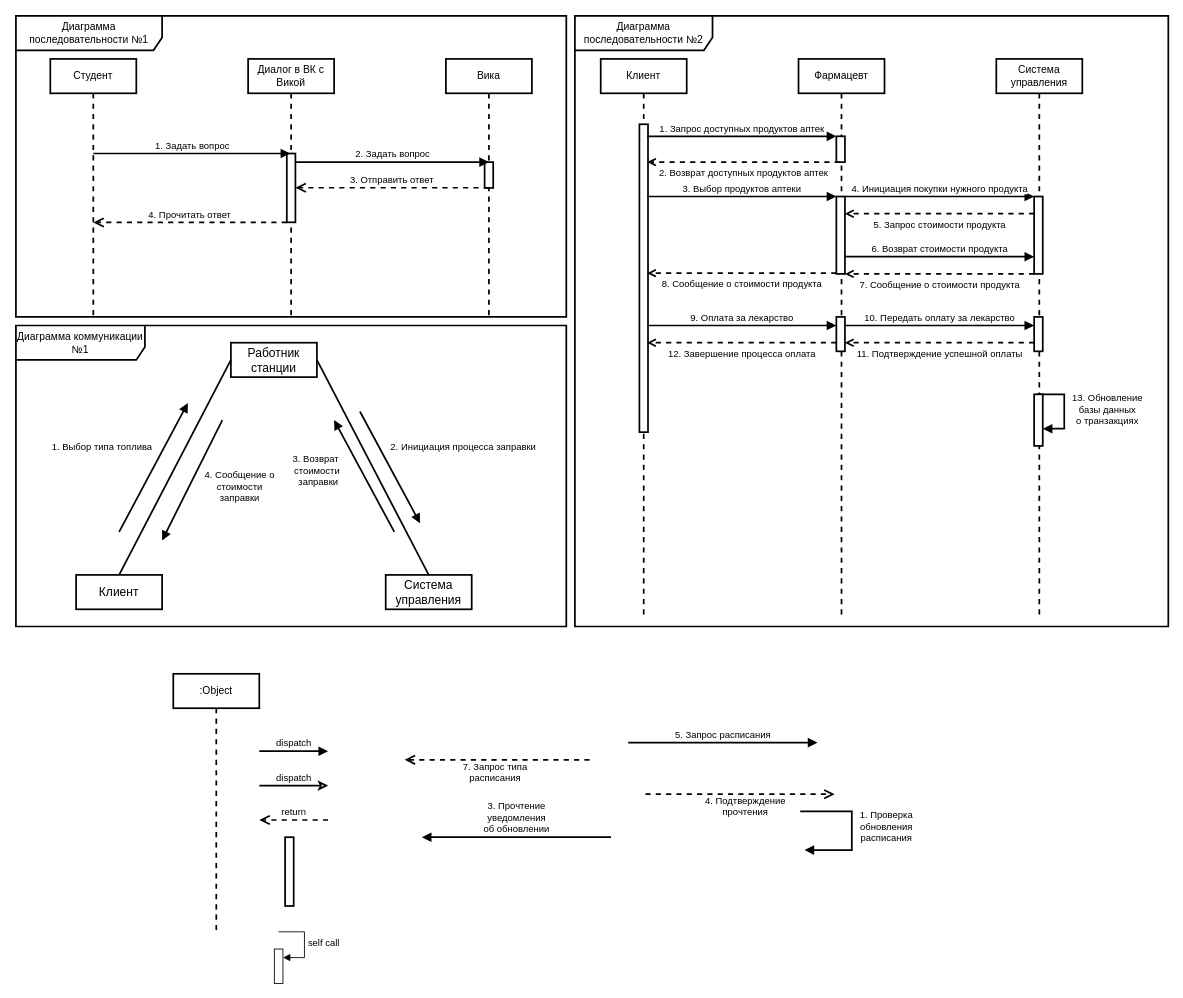
Before: page "Page-2" (2 of 3) of 1.drawio in Helpmepleaseitishard/Aikms, a draw.io diagram. Source tidied: cells renumbered, new cells numbered last; positions are measured from the earlier drawing's top-left corner, leaving out a move shared by most shapes. Both pictures are drawn from the tidied source at 86%, with x=0, y=0 at pixel (15, 15).
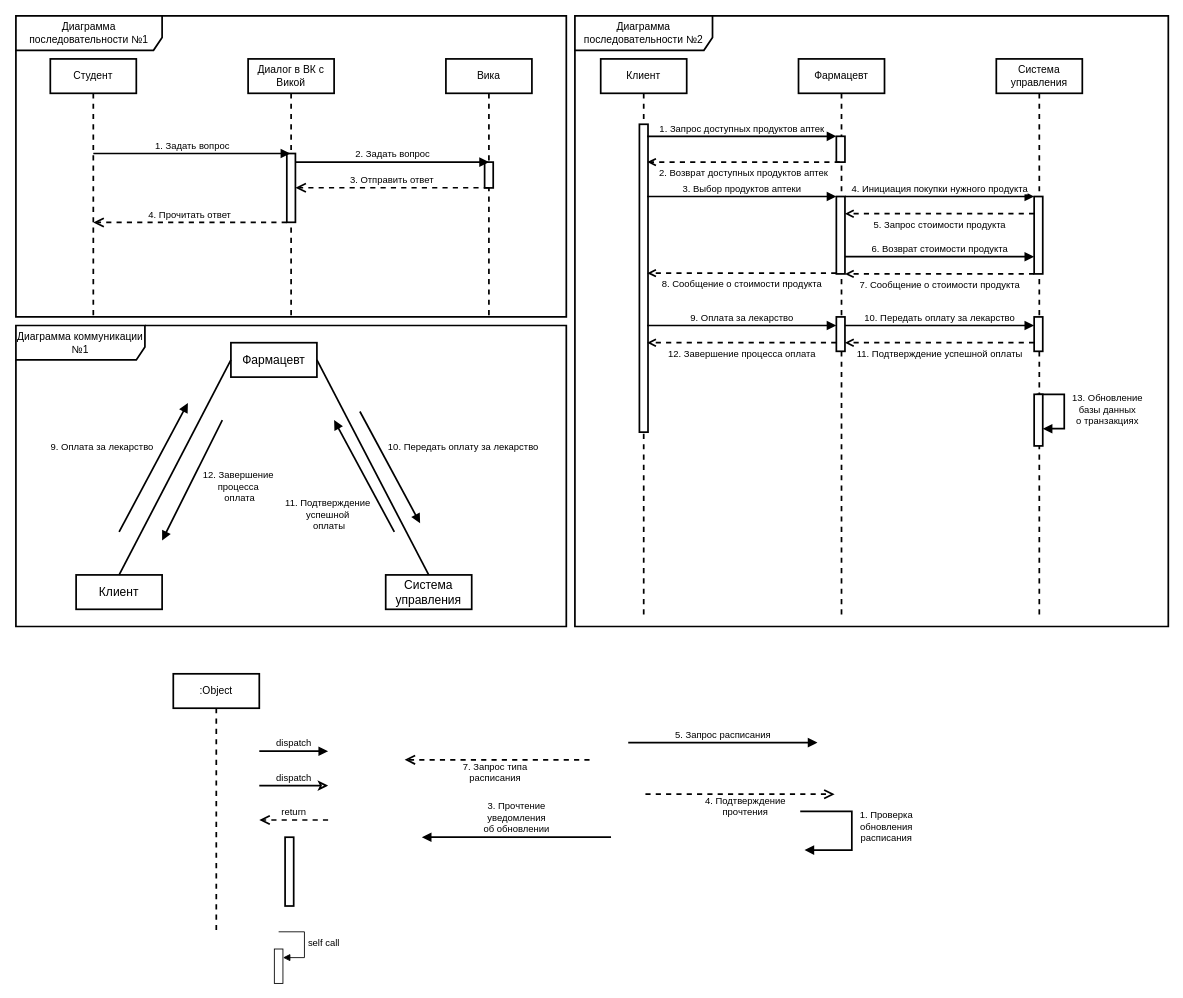
Above is the later version.

The edit, as a diff of the source:
```diff
@@
-    <mxCell id="30" value="Работник станции" style="html=1;whiteSpace=wrap;strokeWidth=2;fontSize=14;" parent="1" vertex="1">
+    <mxCell id="30" value="Фармацевт" style="html=1;whiteSpace=wrap;strokeWidth=2;fontSize=14;" parent="1" vertex="1">
       <mxGeometry x="250" y="380" width="100" height="40" as="geometry" />
     </mxCell>
@@
-    <mxCell id="34" value="1. Выбор типа топлива" style="html=1;verticalAlign=bottom;endArrow=block;curved=0;rounded=0;strokeWidth=2;startFill=0;exitX=0.5;exitY=0;exitDx=0;exitDy=0;endFill=1;" parent="1" edge="1">
+    <mxCell id="34" value="9. Оплата за лекарство" style="html=1;verticalAlign=bottom;endArrow=block;curved=0;rounded=0;strokeWidth=2;startFill=0;exitX=0.5;exitY=0;exitDx=0;exitDy=0;endFill=1;" parent="1" edge="1">
       <mxGeometry x="-0.18" y="60" relative="1" as="geometry">
         <mxPoint x="120" y="600" as="sourcePoint" />
         <mxPoint x="200" y="450" as="targetPoint" />
       </mxGeometry>
     </mxCell>
-    <mxCell id="35" value="2. Инициация процесса заправки" style="html=1;verticalAlign=bottom;endArrow=block;curved=0;rounded=0;strokeWidth=2;startFill=0;exitX=0.5;exitY=0;exitDx=0;exitDy=0;endFill=1;" parent="1" edge="1">
+    <mxCell id="35" value="10. Передать оплату за лекарство" style="html=1;verticalAlign=bottom;endArrow=block;curved=0;rounded=0;strokeWidth=2;startFill=0;exitX=0.5;exitY=0;exitDx=0;exitDy=0;endFill=1;" parent="1" edge="1">
       <mxGeometry x="0.37" y="82" relative="1" as="geometry">
         <mxPoint x="400" y="460" as="sourcePoint" />
         <mxPoint x="470" y="590" as="targetPoint" />
       </mxGeometry>
     </mxCell>
-    <mxCell id="36" value="&lt;div&gt;3. Возврат&amp;nbsp;&lt;/div&gt;&lt;div&gt;стоимости&lt;/div&gt;&lt;div&gt;&amp;nbsp;заправки&lt;/div&gt;" style="html=1;verticalAlign=bottom;endArrow=block;curved=0;rounded=0;strokeWidth=2;startFill=0;endFill=1;" parent="1" edge="1">
-      <mxGeometry x="0.17" y="56" relative="1" as="geometry">
+    <mxCell id="36" value="&lt;div&gt;11. Подтверждение&amp;nbsp;&lt;/div&gt;&lt;div&gt;успешной&amp;nbsp;&lt;/div&gt;&lt;div&gt;оплаты&lt;/div&gt;" style="html=1;verticalAlign=bottom;endArrow=block;curved=0;rounded=0;strokeWidth=2;startFill=0;endFill=1;" parent="1" edge="1">
+      <mxGeometry x="-0.54" y="68" relative="1" as="geometry">
         <mxPoint x="440" y="600" as="sourcePoint" />
         <mxPoint x="370" y="470" as="targetPoint" />
       </mxGeometry>
     </mxCell>
-    <mxCell id="37" value="&lt;div&gt;4. Сообщение о&lt;/div&gt;&lt;div&gt;&amp;nbsp;стоимости&amp;nbsp;&lt;/div&gt;&lt;div&gt;заправки&lt;/div&gt;" style="html=1;verticalAlign=bottom;endArrow=block;curved=0;rounded=0;strokeWidth=2;startFill=0;endFill=1;" parent="1" edge="1">
+    <mxCell id="37" value="&lt;div&gt;12. Завершение&amp;nbsp;&lt;/div&gt;&lt;div&gt;процесса&amp;nbsp;&lt;/div&gt;&lt;div&gt;оплата&lt;/div&gt;" style="html=1;verticalAlign=bottom;endArrow=block;curved=0;rounded=0;strokeWidth=2;startFill=0;endFill=1;" parent="1" edge="1">
       <mxGeometry x="0.03" y="63" relative="1" as="geometry">
         <mxPoint x="240" y="470" as="sourcePoint" />
         <mxPoint x="170" y="610" as="targetPoint" />
         <mxPoint y="-1" as="offset" />
       </mxGeometry>
     </mxCell>
```
